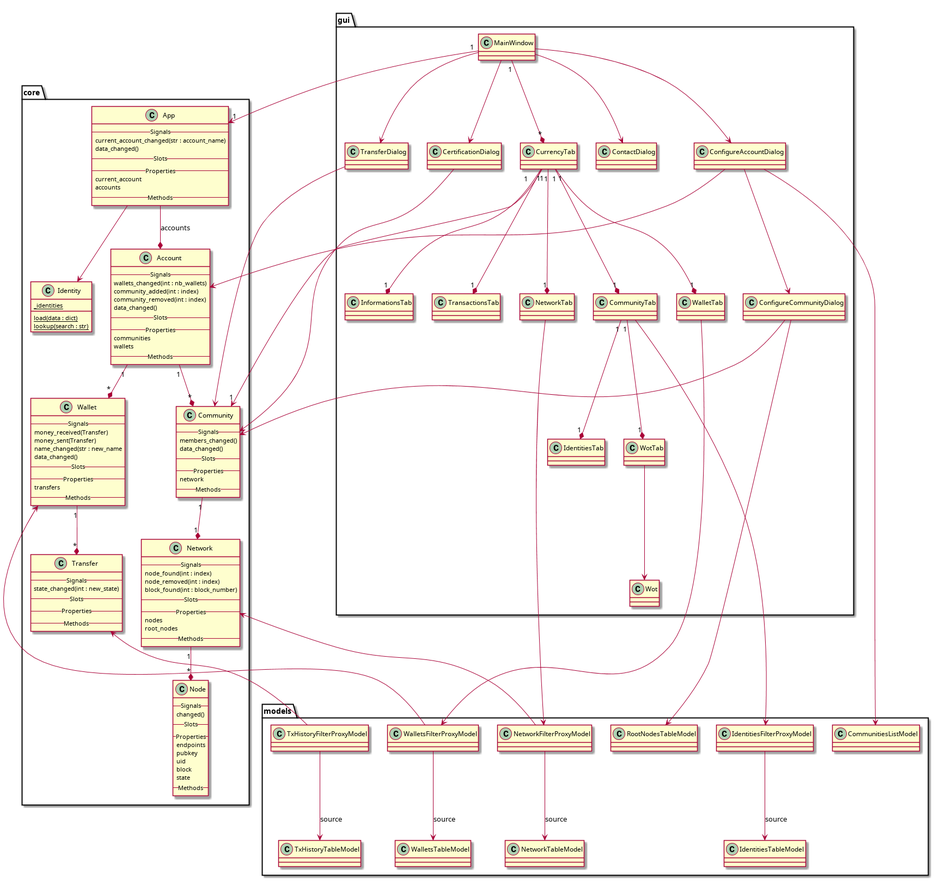
Before: doc/uml/cutecoin.png, a diagram exported from PlantUML (duniter/sakia).
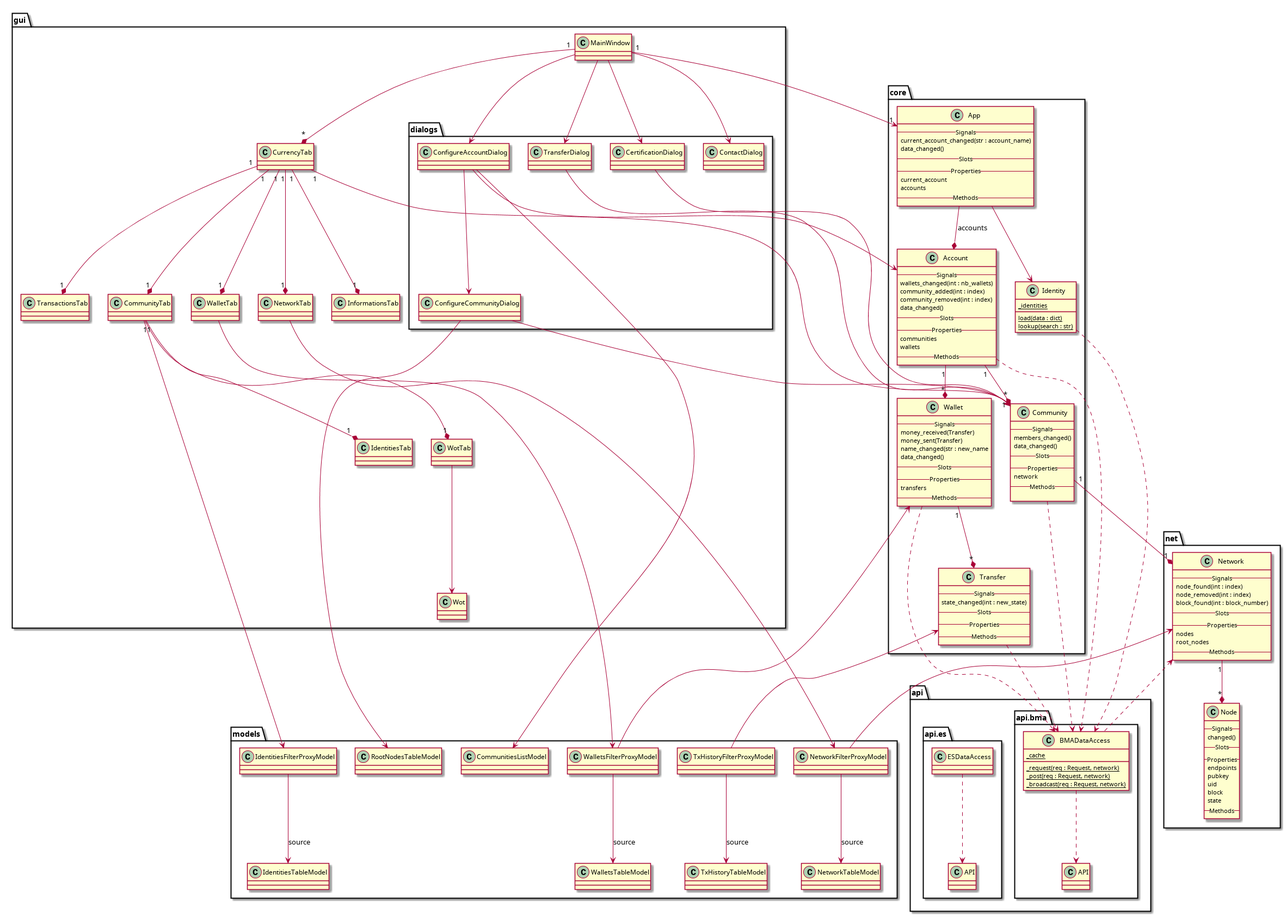
After the change.

Diff of the diagram source:
```diff
@@ -58,9 +58,19 @@
 	-- Properties --
 	network
 	-- Methods --
+
 	}
-	Community "1" --* "1" Network
+	App --> Identity
+	class Identity {
+		{static} _identities
+		{static} load(data : dict)
+		{static} lookup(search : str)
+	}
 
+}
+
+
+package net {
 	class Network {
 	-- Signals --
 	node_found(int : index)
@@ -72,6 +82,7 @@
 	root_nodes
 	-- Methods --
 	}
+	Community "1" --* "1" Network
 	Network "1" --* "*" Node
 
 	class Node {
@@ -87,17 +98,7 @@
 	-- Methods --
 	}
 
-	App --> Identity
-	class Identity {
-		{static} _identities
-		{static} load(data : dict)
-		{static} lookup(search : str)
-	}
-
 }
-
-
-
 
 
 package gui {
@@ -137,11 +138,13 @@
 
 		class WotTab {
 		}
+		package dialogs {
 		class CertificationDialog
 		class TransferDialog
 		class ContactDialog
 		class ConfigureAccountDialog
 		class ConfigureCommunityDialog
+		}
 
 	MainWindow --> CertificationDialog
 	MainWindow --> TransferDialog
@@ -190,6 +193,25 @@
 }
 
 
+package api {
+	package api.bma {
+		class BMADataAccess {
+			{static} _cache
+			{static} _request(req : Request, network)
+			{static} _post(req : Request, network)
+			{static} _broadcast(req : Request, network)
+		}
+		BMADataAccess ..> api.bma.API
+	}
+	package api.es {
+			class ESDataAccess {
+			}
+			ESDataAccess ..> api.es.API
+	}
+
+}
+
+
 MainWindow "1" --> "1" App
 
 CertificationDialog --> Community
@@ -210,4 +232,12 @@
 
 ConfigureAccountDialog --> Account
 ConfigureCommunityDialog --> Community
+
+Account ..> BMADataAccess
+Community ..> BMADataAccess
+Wallet ..> BMADataAccess
+Transfer ..> BMADataAccess
+Identity ..> BMADataAccess
+BMADataAccess .left.> Network
+
 @enduml
```
